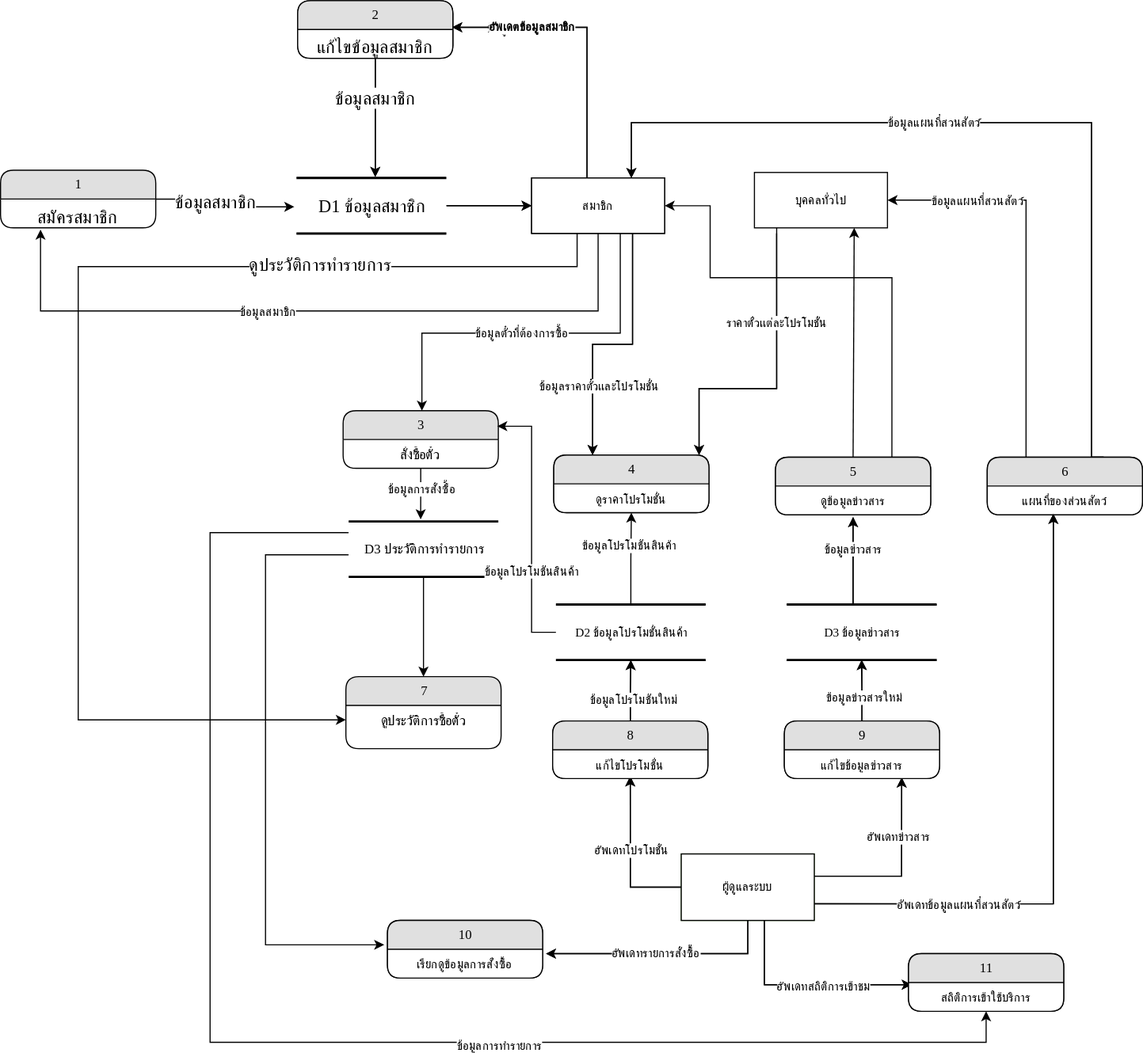
Jhutatip/Project_kao keeps this draw.io diagram as Kao.drawio.svg. Above is the earlier version. Source tidied: cells renumbered, new cells last; positions are measured from the earlier drawing's top-left corner, leaving out a move shared by most shapes.
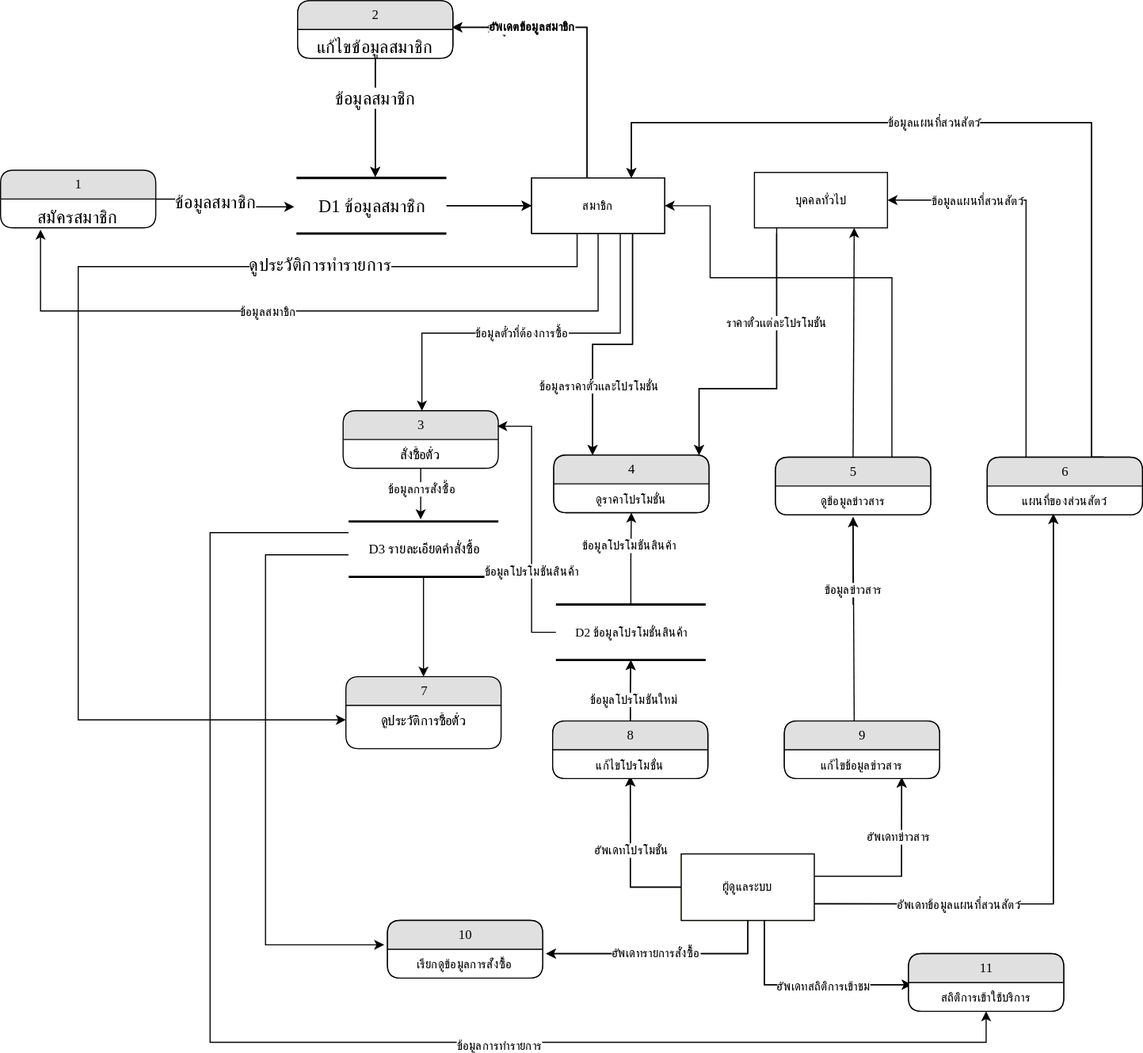
After the commit.

Change to the diagram source:
```diff
@@ -122,7 +122,7 @@
     <mxCell id="30" value="&lt;font face=&quot;TH Niramit AS&quot; style=&quot;font-size: 11px;&quot;&gt;ข้อมูลการทำรายการ&lt;/font&gt;" style="edgeLabel;html=1;align=center;verticalAlign=middle;" parent="29" vertex="1">
       <mxGeometry x="0.29" y="-2" relative="1" as="geometry" />
     </mxCell>
-    <mxCell id="31" value="D3 ประวัติการทำรายการ" style="html=1;rounded=0;shadow=0;comic=0;labelBackgroundColor=none;strokeWidth=2;fontFamily=Verdana;fontSize=12;align=center;shape=mxgraph.ios7ui.horLines;" parent="1" vertex="1">
+    <mxCell id="31" value="D3 รายละเอียดคำสั่งซื้อ" style="html=1;rounded=0;shadow=0;comic=0;labelBackgroundColor=none;strokeWidth=2;fontFamily=Verdana;fontSize=12;align=center;shape=mxgraph.ios7ui.horLines;" parent="1" vertex="1">
       <mxGeometry x="314" y="470" width="135" height="50" as="geometry" />
     </mxCell>
     <mxCell id="32" style="edgeStyle=orthogonalEdgeStyle;rounded=0;jettySize=auto;html=1;" parent="1" edge="1" source="42">
@@ -189,32 +189,21 @@
     <mxCell id="48" value="แก้ไขโปรโมชั่น" style="text;html=1;strokeColor=none;fillColor=none;spacingLeft=4;spacingRight=4;whiteSpace=wrap;overflow=hidden;align=center;" parent="47" vertex="1">
       <mxGeometry y="26" width="140" height="26" as="geometry" />
     </mxCell>
-    <mxCell id="49" style="edgeStyle=orthogonalEdgeStyle;rounded=0;jettySize=auto;html=1;" parent="1" edge="1" source="51" target="55">
-      <mxGeometry relative="1" as="geometry" />
-    </mxCell>
-    <mxCell id="50" value="ข้อมูลข่าวสารใหม่" style="edgeLabel;html=1;align=center;verticalAlign=middle;" parent="49" vertex="1">
-      <mxGeometry x="-0.25" y="-1" relative="1" as="geometry" />
-    </mxCell>
     <mxCell id="51" value="4" style="swimlane;html=1;fontStyle=0;horizontal=1;startSize=26;fillColor=#e0e0e0;swimlaneFillColor=#ffffff;align=center;rounded=1;shadow=0;comic=0;labelBackgroundColor=none;strokeWidth=1;fontFamily=Verdana;fontSize=12;" parent="1" vertex="1">
       <mxGeometry x="707" y="650" width="140" height="52" as="geometry" />
     </mxCell>
     <mxCell id="52" value="แก้ไขข้อมูลข่าวสาร" style="text;html=1;strokeColor=none;fillColor=none;spacingLeft=4;spacingRight=4;whiteSpace=wrap;overflow=hidden;points=[[0,0.5],[1,0.5]];portConstraint=eastwest;align=center;" parent="51" vertex="1">
       <mxGeometry y="26" width="140" height="26" as="geometry" />
     </mxCell>
-    <mxCell id="53" style="edgeStyle=orthogonalEdgeStyle;rounded=0;jettySize=auto;html=1;entryX=0.5;entryY=1.077;entryDx=0;entryDy=0;entryPerimeter=0;" parent="1" edge="1" source="55" target="12">
+    <mxCell id="53" style="edgeStyle=orthogonalEdgeStyle;rounded=0;jettySize=auto;html=1;entryX=0.5;entryY=1.077;entryDx=0;entryDy=0;entryPerimeter=0;" parent="1" edge="1" target="12">
       <mxGeometry relative="1" as="geometry">
+        <mxPoint x="769" y="545" as="sourcePoint" />
         <Array as="points">
           <mxPoint x="769" y="470" />
           <mxPoint x="769" y="470" />
         </Array>
       </mxGeometry>
     </mxCell>
-    <mxCell id="54" value="ข้อมูลข่าวสาร" style="edgeLabel;html=1;align=center;verticalAlign=middle;" parent="53" vertex="1">
-      <mxGeometry x="0.29" y="1" relative="1" as="geometry" />
-    </mxCell>
-    <mxCell id="55" value="D2 ข้อมูลข่าวสาร" style="html=1;rounded=0;shadow=0;comic=0;labelBackgroundColor=none;strokeWidth=2;fontFamily=Verdana;fontSize=12;align=center;shape=mxgraph.ios7ui.horLines;" parent="1" vertex="1">
-      <mxGeometry x="709" y="545" width="135" height="50" as="geometry" />
-    </mxCell>
     <mxCell id="56" value="10" style="swimlane;html=1;fontStyle=0;horizontal=1;startSize=26;fillColor=#e0e0e0;swimlaneFillColor=#ffffff;align=center;rounded=1;shadow=0;comic=0;labelBackgroundColor=none;strokeWidth=1;fontFamily=Verdana;fontSize=12;" parent="1" vertex="1">
       <mxGeometry x="349" y="830" width="140" height="52" as="geometry" />
     </mxCell>
@@ -463,32 +452,22 @@
     <mxCell id="113" value="&lt;font face=&quot;TH Niramit AS&quot; style=&quot;font-size: 11px;&quot;&gt;แก้ไขโปรโมชั่น&lt;/font&gt;" style="text;html=1;strokeColor=none;fillColor=none;spacingLeft=4;spacingRight=4;whiteSpace=wrap;overflow=hidden;align=center;" parent="112" vertex="1">
       <mxGeometry y="26" width="140" height="26" as="geometry" />
     </mxCell>
-    <mxCell id="114" style="edgeStyle=orthogonalEdgeStyle;rounded=0;jettySize=auto;html=1;" parent="1" edge="1" source="116" target="120">
-      <mxGeometry relative="1" as="geometry" />
-    </mxCell>
-    <mxCell id="115" value="&lt;font face=&quot;TH Niramit AS&quot; style=&quot;font-size: 11px;&quot;&gt;ข้อมูลข่าวสารใหม่&lt;/font&gt;" style="edgeLabel;html=1;align=center;verticalAlign=middle;" parent="114" vertex="1">
-      <mxGeometry x="-0.25" y="-1" relative="1" as="geometry" />
-    </mxCell>
     <mxCell id="116" value="9" style="swimlane;html=1;fontStyle=0;horizontal=1;startSize=26;fillColor=#e0e0e0;swimlaneFillColor=#ffffff;align=center;rounded=1;shadow=0;comic=0;labelBackgroundColor=none;strokeWidth=1;fontFamily=Verdana;fontSize=12;" parent="1" vertex="1">
       <mxGeometry x="707" y="650" width="140" height="52" as="geometry" />
     </mxCell>
     <mxCell id="117" value="&lt;font face=&quot;TH Niramit AS&quot; style=&quot;font-size: 11px;&quot;&gt;แก้ไขข้อมูลข่าวสาร&lt;/font&gt;" style="text;html=1;strokeColor=none;fillColor=none;spacingLeft=4;spacingRight=4;whiteSpace=wrap;overflow=hidden;points=[[0,0.5],[1,0.5]];portConstraint=eastwest;align=center;" parent="116" vertex="1">
       <mxGeometry y="26" width="140" height="26" as="geometry" />
     </mxCell>
-    <mxCell id="118" style="edgeStyle=orthogonalEdgeStyle;rounded=0;jettySize=auto;html=1;entryX=0.5;entryY=1.077;entryDx=0;entryDy=0;entryPerimeter=0;" parent="1" edge="1" source="120" target="84">
+    <mxCell id="118" style="edgeStyle=orthogonalEdgeStyle;rounded=0;jettySize=auto;html=1;entryX=0.5;entryY=1.077;entryDx=0;entryDy=0;entryPerimeter=0;exitX=0.45;exitY=0;exitDx=0;exitDy=0;exitPerimeter=0;" parent="1" edge="1" source="116" target="84">
       <mxGeometry relative="1" as="geometry">
         <Array as="points">
-          <mxPoint x="769" y="470" />
-          <mxPoint x="769" y="470" />
+          <mxPoint x="769" y="650" />
         </Array>
       </mxGeometry>
     </mxCell>
     <mxCell id="119" value="&lt;font face=&quot;TH Niramit AS&quot; style=&quot;font-size: 11px;&quot;&gt;ข้อมูลข่าวสาร&lt;/font&gt;" style="edgeLabel;html=1;align=center;verticalAlign=middle;" parent="118" vertex="1">
       <mxGeometry x="0.29" y="1" relative="1" as="geometry" />
     </mxCell>
-    <mxCell id="120" value="&lt;font style=&quot;font-size: 11px;&quot; face=&quot;TH Niramit AS&quot;&gt;D3 ข้อมูลข่าวสาร&lt;/font&gt;" style="html=1;rounded=0;shadow=0;comic=0;labelBackgroundColor=none;strokeWidth=2;fontFamily=Verdana;fontSize=12;align=center;shape=mxgraph.ios7ui.horLines;" parent="1" vertex="1">
-      <mxGeometry x="709.5" y="545" width="135" height="50" as="geometry" />
-    </mxCell>
     <mxCell id="121" value="10" style="swimlane;html=1;fontStyle=0;horizontal=1;startSize=26;fillColor=#e0e0e0;swimlaneFillColor=#ffffff;align=center;rounded=1;shadow=0;comic=0;labelBackgroundColor=none;strokeWidth=1;fontFamily=Verdana;fontSize=12;" parent="1" vertex="1">
       <mxGeometry x="349" y="830" width="140" height="52" as="geometry" />
     </mxCell>
```
